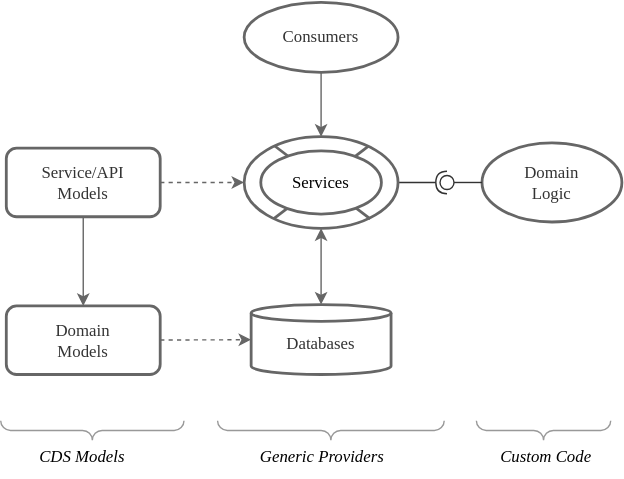
Earlier version of the draw.io export guides/assets/providing-services/service-centric-paradigm.drawio.svg (cap-js/docs). Source tidied: cells renumbered, new cells last; positions are measured from the earlier drawing's top-left corner, leaving out a move shared by most shapes.
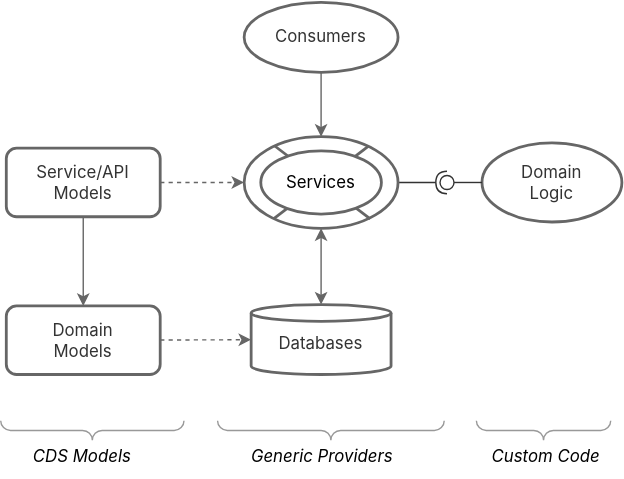
The same file after the commit.

What changed in the source:
```diff
@@ -2,76 +2,76 @@
   <root>
     <mxCell id="0" />
     <mxCell id="1" parent="0" />
-    <mxCell id="2" value="Databases" style="shape=cylinder3;whiteSpace=wrap;html=1;boundedLbl=1;backgroundOutline=1;size=6;strokeWidth=2;strokeColor=#666666;spacingBottom=5;fontFamily=Avenir Next Medium;sketch=0;fontColor=#333333;" parent="1" vertex="1">
+    <mxCell id="2" value="Databases" style="shape=cylinder3;whiteSpace=wrap;html=1;boundedLbl=1;backgroundOutline=1;size=6;strokeWidth=2;strokeColor=#666666;spacingBottom=5;fontFamily='Avenir Next', 'Inter var', 'Inter', Helvetica, Arial, sans-serif;sketch=0;fontColor=#333333;" parent="1" vertex="1">
       <mxGeometry x="179" y="216" width="100" height="50" as="geometry" />
     </mxCell>
-    <mxCell id="3" style="edgeStyle=none;rounded=0;jettySize=auto;html=1;strokeWidth=1;fontFamily=Avenir Next Medium;fontColor=#666666;strokeColor=#666666;dashed=1;sketch=0;" parent="1" edge="1" source="4" target="16">
+    <mxCell id="3" style="edgeStyle=none;rounded=0;jettySize=auto;html=1;strokeWidth=1;fontFamily='Avenir Next', 'Inter var', 'Inter', Helvetica, Arial, sans-serif;fontColor=#666666;strokeColor=#666666;dashed=1;sketch=0;" parent="1" edge="1" source="4" target="16">
       <mxGeometry relative="1" as="geometry" />
     </mxCell>
-    <mxCell id="4" value="Service/API&lt;br&gt;Models" style="rounded=1;whiteSpace=wrap;html=1;strokeWidth=2;fontFamily=Avenir Next Medium;sketch=0;fillStyle=hachure;fontColor=#333333;strokeColor=#666666;" parent="1" vertex="1">
+    <mxCell id="4" value="Service/API&lt;br&gt;Models" style="rounded=1;whiteSpace=wrap;html=1;strokeWidth=2;fontFamily='Avenir Next', 'Inter var', 'Inter', Helvetica, Arial, sans-serif;sketch=0;fillStyle=hachure;fontColor=#333333;strokeColor=#666666;" parent="1" vertex="1">
       <mxGeometry x="4" y="104.2" width="110" height="49" as="geometry" />
     </mxCell>
-    <mxCell id="5" value="Domain&lt;br&gt;Models" style="rounded=1;whiteSpace=wrap;html=1;strokeWidth=2;fontStyle=0;fontFamily=Avenir Next Medium;sketch=0;fontColor=#333333;strokeColor=#666666;" parent="1" vertex="1">
+    <mxCell id="5" value="Domain&lt;br&gt;Models" style="rounded=1;whiteSpace=wrap;html=1;strokeWidth=2;fontStyle=0;fontFamily='Avenir Next', 'Inter var', 'Inter', Helvetica, Arial, sans-serif;sketch=0;fontColor=#333333;strokeColor=#666666;" parent="1" vertex="1">
       <mxGeometry x="4" y="217" width="110" height="49" as="geometry" />
     </mxCell>
-    <mxCell id="6" style="rounded=0;jettySize=auto;html=1;strokeWidth=1;fillColor=#f5f5f5;strokeColor=#666666;fontFamily=Avenir Next Medium;startArrow=classic;startFill=1;sketch=0;" parent="1" edge="1" source="16" target="2">
+    <mxCell id="6" style="rounded=0;jettySize=auto;html=1;strokeWidth=1;fillColor=#f5f5f5;strokeColor=#666666;fontFamily='Avenir Next', 'Inter var', 'Inter', Helvetica, Arial, sans-serif;startArrow=classic;startFill=1;sketch=0;" parent="1" edge="1" source="16" target="2">
       <mxGeometry relative="1" as="geometry" />
     </mxCell>
-    <mxCell id="7" value="Domain&lt;br&gt;Logic" style="ellipse;whiteSpace=wrap;html=1;strokeColor=#666666;strokeWidth=2;fontFamily=Avenir Next Medium;sketch=0;fontColor=#333333;" parent="1" vertex="1">
+    <mxCell id="7" value="Domain&lt;br&gt;Logic" style="ellipse;whiteSpace=wrap;html=1;strokeColor=#666666;strokeWidth=2;fontFamily='Avenir Next', 'Inter var', 'Inter', Helvetica, Arial, sans-serif;sketch=0;fontColor=#333333;" parent="1" vertex="1">
       <mxGeometry x="344" y="100.5" width="100" height="56.5" as="geometry" />
     </mxCell>
-    <mxCell id="8" style="rounded=0;jettySize=auto;html=1;endArrow=none;endFill=0;sketch=0;sourcePerimeterSpacing=0;targetPerimeterSpacing=0;strokeWidth=1;fillColor=#f5f5f5;fontFamily=Avenir Next Medium;strokeColor=#333333;" parent="1" edge="1" source="7" target="10">
+    <mxCell id="8" style="rounded=0;jettySize=auto;html=1;endArrow=none;endFill=0;sketch=0;sourcePerimeterSpacing=0;targetPerimeterSpacing=0;strokeWidth=1;fillColor=#f5f5f5;fontFamily='Avenir Next', 'Inter var', 'Inter', Helvetica, Arial, sans-serif;strokeColor=#333333;" parent="1" edge="1" source="7" target="10">
       <mxGeometry relative="1" as="geometry" />
     </mxCell>
-    <mxCell id="9" style="rounded=0;jettySize=auto;html=1;endArrow=halfCircle;endFill=0;entryX=0.5;entryY=0.5;endSize=6;strokeWidth=1;sketch=0;fillColor=#f5f5f5;fontFamily=Avenir Next Medium;strokeColor=#333333;" parent="1" edge="1" source="16" target="10">
+    <mxCell id="9" style="rounded=0;jettySize=auto;html=1;endArrow=halfCircle;endFill=0;entryX=0.5;entryY=0.5;endSize=6;strokeWidth=1;sketch=0;fillColor=#f5f5f5;fontFamily='Avenir Next', 'Inter var', 'Inter', Helvetica, Arial, sans-serif;strokeColor=#333333;" parent="1" edge="1" source="16" target="10">
       <mxGeometry relative="1" as="geometry" />
     </mxCell>
-    <mxCell id="10" style="ellipse;whiteSpace=wrap;html=1;align=center;points=[];outlineConnect=0;sketch=0;strokeWidth=1;fontFamily=Avenir Next Medium;fontColor=#333333;strokeColor=#333333;" parent="1" vertex="1">
+    <mxCell id="10" style="ellipse;whiteSpace=wrap;html=1;align=center;points=[];outlineConnect=0;sketch=0;strokeWidth=1;fontFamily='Avenir Next', 'Inter var', 'Inter', Helvetica, Arial, sans-serif;fontColor=#333333;strokeColor=#333333;" parent="1" vertex="1">
       <mxGeometry x="314" y="123.8" width="10" height="10" as="geometry" />
     </mxCell>
-    <mxCell id="11" style="edgeStyle=none;rounded=0;jettySize=auto;html=1;strokeWidth=1;fontFamily=Avenir Next Medium;fontColor=#666666;strokeColor=#666666;dashed=1;sketch=0;" parent="1" edge="1" source="5" target="2">
+    <mxCell id="11" style="edgeStyle=none;rounded=0;jettySize=auto;html=1;strokeWidth=1;fontFamily='Avenir Next', 'Inter var', 'Inter', Helvetica, Arial, sans-serif;fontColor=#666666;strokeColor=#666666;dashed=1;sketch=0;" parent="1" edge="1" source="5" target="2">
       <mxGeometry relative="1" as="geometry" />
     </mxCell>
-    <mxCell id="12" style="rounded=0;jettySize=auto;html=1;strokeWidth=1;fillColor=#f5f5f5;strokeColor=#666666;fontStyle=1;fontFamily=Avenir Next Medium;fontSize=12;sketch=0;" parent="1" edge="1" source="13" target="16">
+    <mxCell id="12" style="rounded=0;jettySize=auto;html=1;strokeWidth=1;fillColor=#f5f5f5;strokeColor=#666666;fontStyle=1;fontFamily='Avenir Next', 'Inter var', 'Inter', Helvetica, Arial, sans-serif;fontSize=12;sketch=0;" parent="1" edge="1" source="13" target="16">
       <mxGeometry x="-0.23" relative="1" as="geometry" />
     </mxCell>
-    <mxCell id="13" value="Consumers" style="ellipse;whiteSpace=wrap;html=1;sketch=0;fontFamily=Avenir Next Medium;fontSize=12;fontColor=#333333;strokeColor=#666666;strokeWidth=2;fontStyle=0;" parent="1" vertex="1">
+    <mxCell id="13" value="Consumers" style="ellipse;whiteSpace=wrap;html=1;sketch=0;fontFamily='Avenir Next', 'Inter var', 'Inter', Helvetica, Arial, sans-serif;fontSize=12;fontColor=#333333;strokeColor=#666666;strokeWidth=2;fontStyle=0;" parent="1" vertex="1">
       <mxGeometry x="174" width="110" height="50" as="geometry" />
     </mxCell>
-    <mxCell id="14" style="rounded=0;jettySize=auto;html=1;strokeWidth=1;fillColor=#f5f5f5;strokeColor=#666666;fontStyle=1;fontFamily=Avenir Next Medium;fontSize=12;sketch=0;" parent="1" edge="1" source="4" target="5">
+    <mxCell id="14" style="rounded=0;jettySize=auto;html=1;strokeWidth=1;fillColor=#f5f5f5;strokeColor=#666666;fontStyle=1;fontFamily='Avenir Next', 'Inter var', 'Inter', Helvetica, Arial, sans-serif;fontSize=12;sketch=0;" parent="1" edge="1" source="4" target="5">
       <mxGeometry x="-0.23" relative="1" as="geometry" />
     </mxCell>
-    <mxCell id="15" style="group;fillColor=none;" parent="1" vertex="1">
+    <mxCell id="15" style="group;fillColor=none;fontFamily='Avenir Next', 'Inter var', 'Inter', Helvetica, Arial, sans-serif;" parent="1" vertex="1">
       <mxGeometry x="174" y="96" width="110" height="65.5" as="geometry" />
     </mxCell>
-    <mxCell id="16" style="ellipse;whiteSpace=wrap;html=1;strokeWidth=2;strokeColor=#666666;gradientDirection=south;fontFamily=Avenir Next Medium;sketch=0;" parent="15" vertex="1">
+    <mxCell id="16" style="ellipse;whiteSpace=wrap;html=1;strokeWidth=2;strokeColor=#666666;gradientDirection=south;fontFamily='Avenir Next', 'Inter var', 'Inter', Helvetica, Arial, sans-serif;sketch=0;" parent="15" vertex="1">
       <mxGeometry width="110" height="65.5" as="geometry" />
     </mxCell>
-    <mxCell id="17" style="rounded=0;orthogonalLoop=1;jettySize=auto;html=1;endArrow=none;endFill=0;strokeWidth=2;entryX=0.806;entryY=0.106;entryDx=0;entryDy=0;exitX=0.193;exitY=0.895;exitDx=0;exitDy=0;fillColor=#f8cecc;strokeColor=#666666;entryPerimeter=0;exitPerimeter=0;fontFamily=Avenir Next Medium;sketch=0;" parent="15" edge="1" source="16" target="16">
+    <mxCell id="17" style="rounded=0;orthogonalLoop=1;jettySize=auto;html=1;endArrow=none;endFill=0;strokeWidth=2;entryX=0.806;entryY=0.106;entryDx=0;entryDy=0;exitX=0.193;exitY=0.895;exitDx=0;exitDy=0;fillColor=#f8cecc;strokeColor=#666666;entryPerimeter=0;exitPerimeter=0;fontFamily='Avenir Next', 'Inter var', 'Inter', Helvetica, Arial, sans-serif;sketch=0;" parent="15" edge="1" source="16" target="16">
       <mxGeometry y="0.5" as="geometry" />
     </mxCell>
-    <mxCell id="18" style="rounded=0;orthogonalLoop=1;jettySize=auto;html=1;endArrow=none;endFill=0;strokeWidth=2;entryX=0.819;entryY=0.898;entryDx=0;entryDy=0;exitX=0.199;exitY=0.102;exitDx=0;exitDy=0;fillColor=#f8cecc;strokeColor=#666666;exitPerimeter=0;entryPerimeter=0;fontFamily=Avenir Next Medium;sketch=0;" parent="15" edge="1" source="16" target="16">
+    <mxCell id="18" style="rounded=0;orthogonalLoop=1;jettySize=auto;html=1;endArrow=none;endFill=0;strokeWidth=2;entryX=0.819;entryY=0.898;entryDx=0;entryDy=0;exitX=0.199;exitY=0.102;exitDx=0;exitDy=0;fillColor=#f8cecc;strokeColor=#666666;exitPerimeter=0;entryPerimeter=0;fontFamily='Avenir Next', 'Inter var', 'Inter', Helvetica, Arial, sans-serif;sketch=0;" parent="15" edge="1" source="16" target="16">
       <mxGeometry x="-58.4" y="-621" as="geometry" />
     </mxCell>
-    <mxCell id="19" value="Services" style="ellipse;whiteSpace=wrap;html=1;strokeWidth=2;fontFamily=Avenir Next Medium;strokeColor=#666666;fontStyle=0;shadow=0;sketch=0;fillStyle=solid;" parent="15" vertex="1">
+    <mxCell id="19" value="Services" style="ellipse;whiteSpace=wrap;html=1;strokeWidth=2;fontFamily='Avenir Next', 'Inter var', 'Inter', Helvetica, Arial, sans-serif;strokeColor=#666666;fontStyle=0;shadow=0;sketch=0;fillStyle=solid;" parent="15" vertex="1">
       <mxGeometry x="11.9" y="10.1" width="86.2" height="45.2" as="geometry" />
     </mxCell>
-    <mxCell id="20" value="CDS Models" style="text;html=1;strokeColor=none;align=center;verticalAlign=middle;whiteSpace=wrap;rounded=0;shadow=0;sketch=0;fillStyle=hachure;fontFamily=Avenir Next Medium;fontSize=12;fontColor=#000000;fontStyle=2;fillColor=none;" parent="1" vertex="1">
+    <mxCell id="20" value="CDS Models" style="text;html=1;strokeColor=none;align=center;verticalAlign=middle;whiteSpace=wrap;rounded=0;shadow=0;sketch=0;fillStyle=hachure;fontFamily='Avenir Next', 'Inter var', 'Inter', Helvetica, Arial, sans-serif;fontSize=12;fontColor=#000000;fontStyle=2;fillColor=none;" parent="1" vertex="1">
       <mxGeometry x="4" y="310" width="109" height="30" as="geometry" />
     </mxCell>
-    <mxCell id="21" value="Generic Providers" style="text;html=1;strokeColor=none;align=center;verticalAlign=middle;whiteSpace=wrap;rounded=0;shadow=0;sketch=0;fillStyle=hachure;fontFamily=Avenir Next Medium;fontSize=12;fontColor=#000000;fontStyle=2;fillColor=none;" parent="1" vertex="1">
+    <mxCell id="21" value="Generic Providers" style="text;html=1;strokeColor=none;align=center;verticalAlign=middle;whiteSpace=wrap;rounded=0;shadow=0;sketch=0;fillStyle=hachure;fontFamily='Avenir Next', 'Inter var', 'Inter', Helvetica, Arial, sans-serif;fontSize=12;fontColor=#000000;fontStyle=2;fillColor=none;" parent="1" vertex="1">
       <mxGeometry x="177" y="310" width="106" height="30" as="geometry" />
     </mxCell>
-    <mxCell id="22" value="Custom Code" style="text;html=1;strokeColor=none;align=center;verticalAlign=middle;whiteSpace=wrap;rounded=0;shadow=0;sketch=0;fillStyle=hachure;fontFamily=Avenir Next Medium;fontSize=12;fontColor=#000000;fontStyle=2;fillColor=none;" parent="1" vertex="1">
+    <mxCell id="22" value="Custom Code" style="text;html=1;strokeColor=none;align=center;verticalAlign=middle;whiteSpace=wrap;rounded=0;shadow=0;sketch=0;fillStyle=hachure;fontFamily='Avenir Next', 'Inter var', 'Inter', Helvetica, Arial, sans-serif;fontSize=12;fontColor=#000000;fontStyle=2;fillColor=none;" parent="1" vertex="1">
       <mxGeometry x="344" y="310" width="92" height="30" as="geometry" />
     </mxCell>
-    <mxCell id="23" style="verticalLabelPosition=bottom;shadow=0;dashed=0;align=center;html=1;verticalAlign=top;strokeWidth=1;shape=mxgraph.mockup.markup.curlyBrace;strokeColor=#999999;sketch=0;fillStyle=hachure;fontFamily=Avenir Next Medium;fontSize=12;fontColor=#000000;rotation=-180;" parent="1" vertex="1">
+    <mxCell id="23" style="verticalLabelPosition=bottom;shadow=0;dashed=0;align=center;html=1;verticalAlign=top;strokeWidth=1;shape=mxgraph.mockup.markup.curlyBrace;strokeColor=#999999;sketch=0;fillStyle=hachure;fontFamily='Avenir Next', 'Inter var', 'Inter', Helvetica, Arial, sans-serif;fontSize=12;fontColor=#000000;rotation=-180;" parent="1" vertex="1">
       <mxGeometry y="299" width="131" height="14" as="geometry" />
     </mxCell>
-    <mxCell id="24" style="verticalLabelPosition=bottom;shadow=0;dashed=0;align=center;html=1;verticalAlign=top;strokeWidth=1;shape=mxgraph.mockup.markup.curlyBrace;strokeColor=#999999;sketch=0;fillStyle=hachure;fontFamily=Avenir Next Medium;fontSize=12;fontColor=#000000;rotation=-180;" parent="1" vertex="1">
+    <mxCell id="24" style="verticalLabelPosition=bottom;shadow=0;dashed=0;align=center;html=1;verticalAlign=top;strokeWidth=1;shape=mxgraph.mockup.markup.curlyBrace;strokeColor=#999999;sketch=0;fillStyle=hachure;fontFamily='Avenir Next', 'Inter var', 'Inter', Helvetica, Arial, sans-serif;fontSize=12;fontColor=#000000;rotation=-180;" parent="1" vertex="1">
       <mxGeometry x="155" y="299" width="162" height="14" as="geometry" />
     </mxCell>
-    <mxCell id="25" style="verticalLabelPosition=bottom;shadow=0;dashed=0;align=center;html=1;verticalAlign=top;strokeWidth=1;shape=mxgraph.mockup.markup.curlyBrace;strokeColor=#999999;sketch=0;fillStyle=hachure;fontFamily=Avenir Next Medium;fontSize=12;fontColor=#000000;rotation=-180;" parent="1" vertex="1">
+    <mxCell id="25" style="verticalLabelPosition=bottom;shadow=0;dashed=0;align=center;html=1;verticalAlign=top;strokeWidth=1;shape=mxgraph.mockup.markup.curlyBrace;strokeColor=#999999;sketch=0;fillStyle=hachure;fontFamily='Avenir Next', 'Inter var', 'Inter', Helvetica, Arial, sans-serif;fontSize=12;fontColor=#000000;rotation=-180;" parent="1" vertex="1">
       <mxGeometry x="340" y="299" width="96" height="14" as="geometry" />
     </mxCell>
   </root>
```
